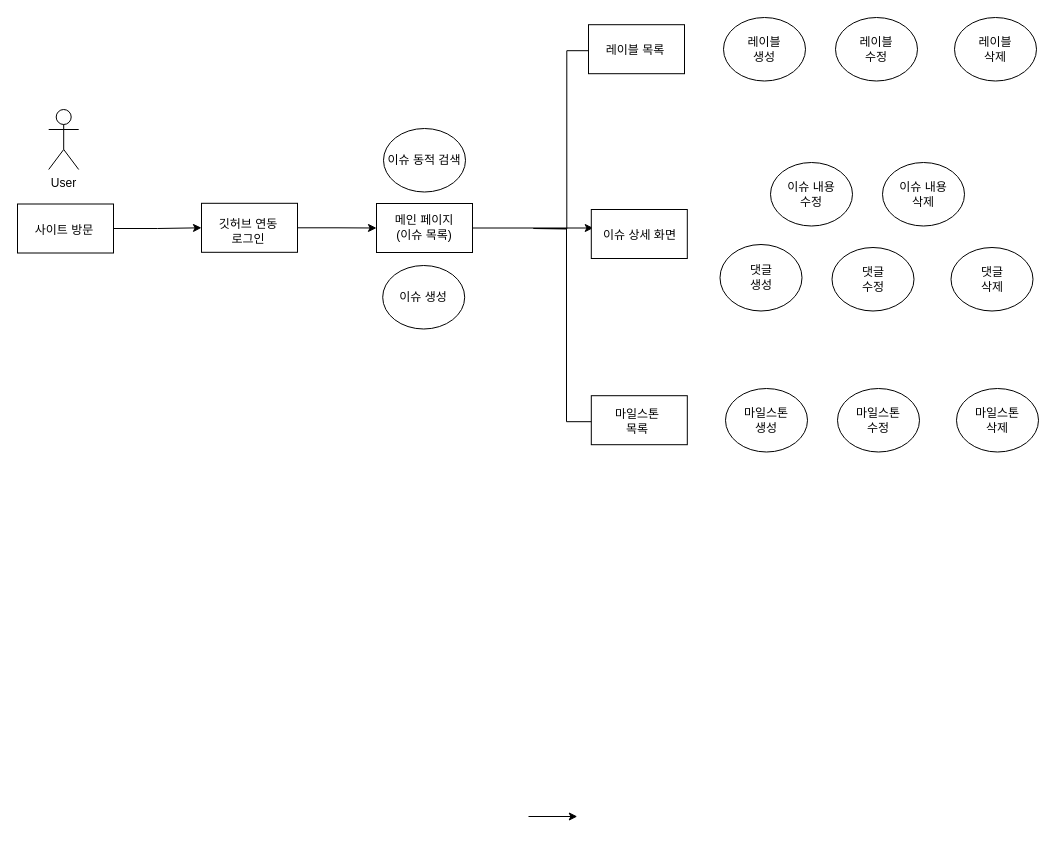
This is page "페이지-10" (10 of 11) of Untitled Diagram.drawio from ikjo93/Class-Diagram, a draw.io file, before an edit. Source tidied: cells renumbered, new cells numbered last; positions are measured from the earlier drawing's top-left corner, leaving out a move shared by most shapes. Both pictures are drawn from the tidied source at 100%, with x=0, y=0 at pixel (17, 17).
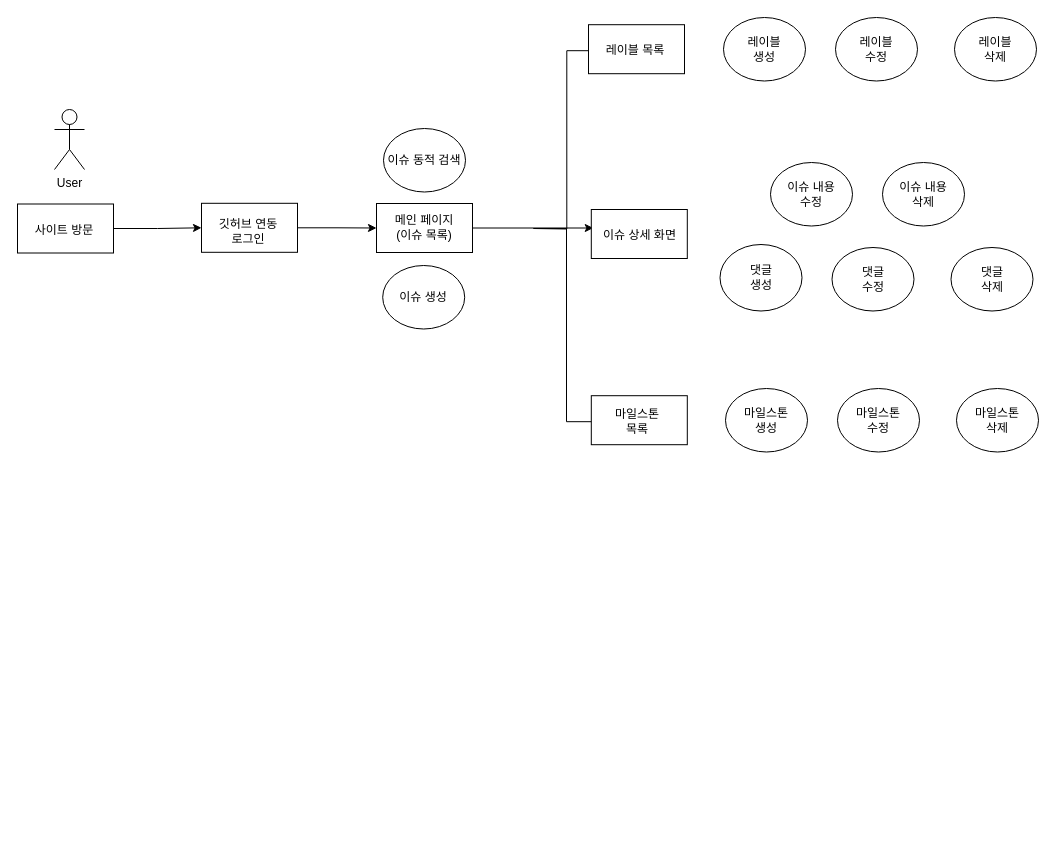
Above is the later version.

Diff of the diagram source:
```diff
@@
-    <mxCell id="2" style="edgeStyle=orthogonalEdgeStyle;rounded=0;orthogonalLoop=1;jettySize=auto;html=1;" parent="1" edge="1">
-      <mxGeometry relative="1" as="geometry">
-        <mxPoint x="511" y="799" as="sourcePoint" />
-        <mxPoint x="559.8" y="799" as="targetPoint" />
-      </mxGeometry>
-    </mxCell>
@@
     <mxCell id="20" value="User" style="shape=umlActor;verticalLabelPosition=bottom;verticalAlign=top;html=1;" parent="1" vertex="1">
-      <mxGeometry x="31.2" y="92" width="30" height="60" as="geometry" />
+      <mxGeometry x="37" y="92" width="30" height="60" as="geometry" />
     </mxCell>
```
